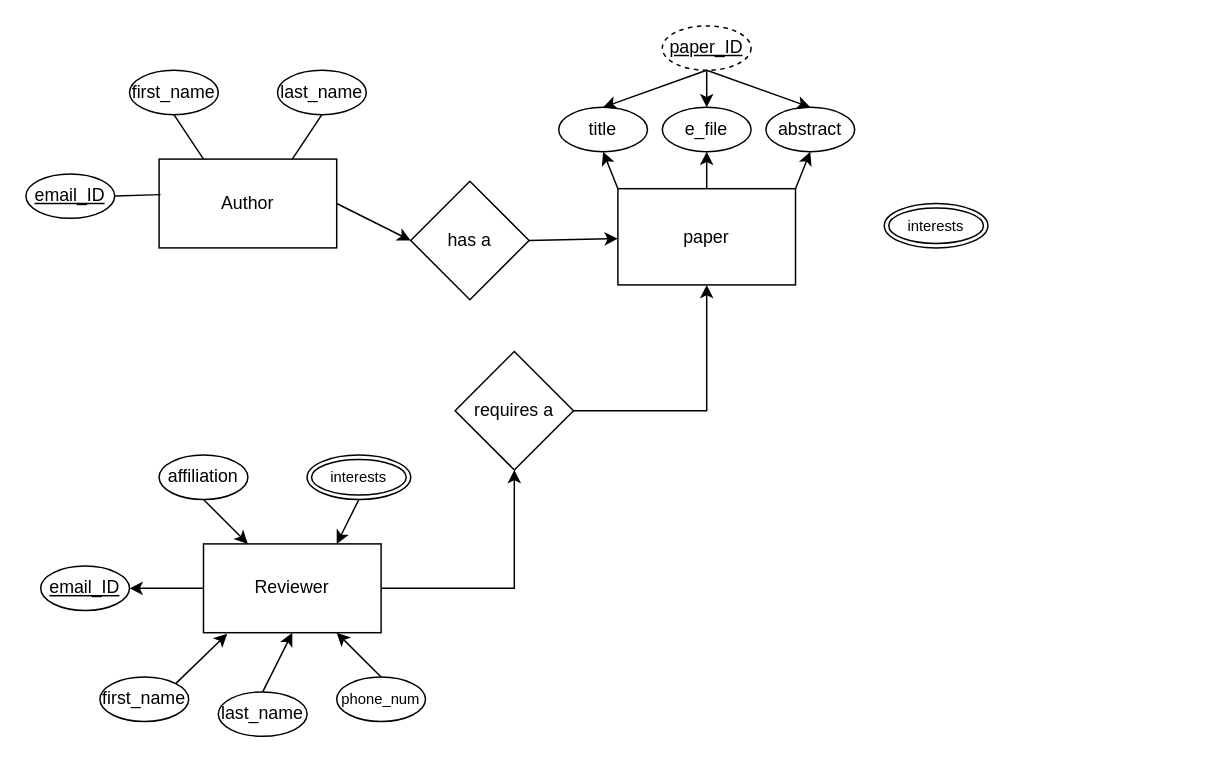
Above: Untitled Diagram.drawio in Jkouj/CSC_436 (draw.io), before the change. Source tidied: cells renumbered, new cells numbered last; positions are measured from the earlier drawing's top-left corner, leaving out a move shared by most shapes. Both pictures are drawn from the tidied source at 148%, with x=0, y=0 at pixel (25, 25).
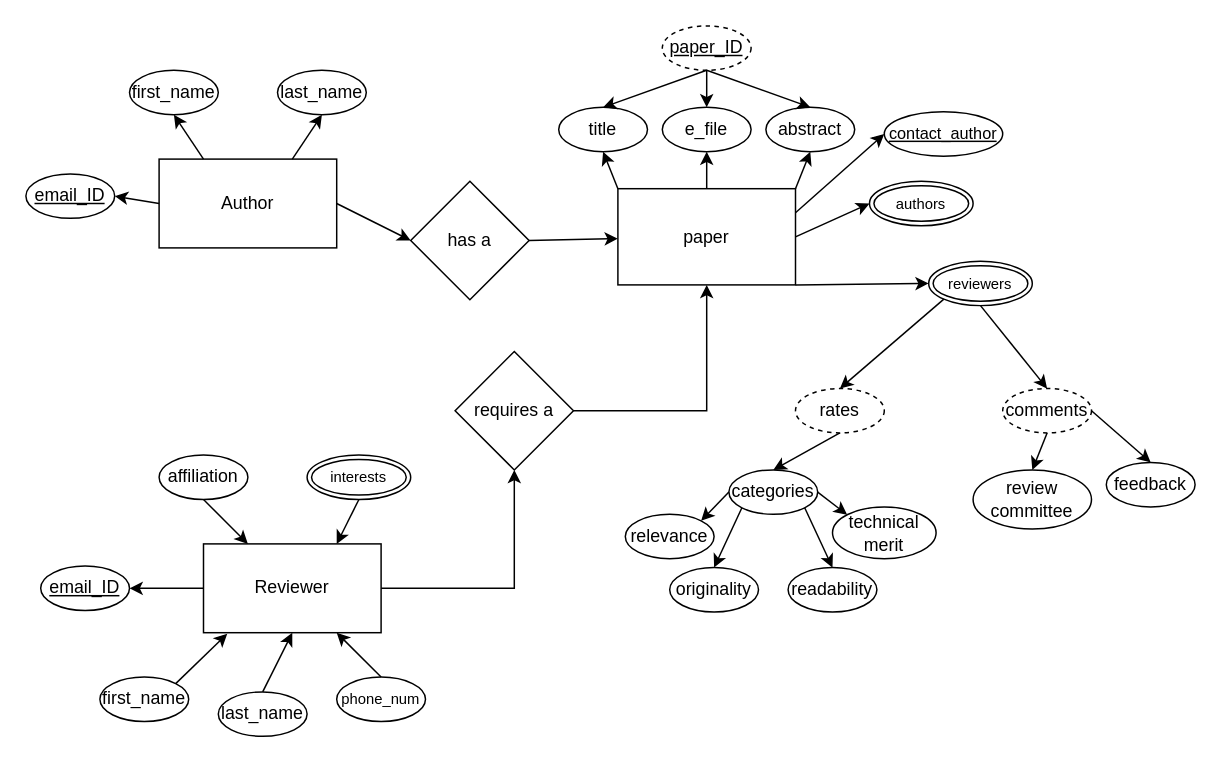
Above is the later version.

Unchanged cells that the change refers to:
```xml
<mxCell id="2" value="Author" style="rounded=0;whiteSpace=wrap;html=1;" parent="1" vertex="1">
  <mxGeometry x="90" y="90" width="120" height="60" as="geometry" />
</mxCell>
<mxCell id="4" value="&lt;u&gt;email_ID&lt;/u&gt;" style="ellipse;whiteSpace=wrap;html=1;" parent="1" vertex="1">
  <mxGeometry y="100" width="60" height="30" as="geometry" />
</mxCell>
<mxCell id="5" value="first_name" style="ellipse;whiteSpace=wrap;html=1;" parent="1" vertex="1">
  <mxGeometry x="70" y="30" width="60" height="30" as="geometry" />
</mxCell>
<mxCell id="6" value="last_name" style="ellipse;whiteSpace=wrap;html=1;" parent="1" vertex="1">
  <mxGeometry x="170" y="30" width="60" height="30" as="geometry" />
</mxCell>
<mxCell id="11" value="paper" style="rounded=0;whiteSpace=wrap;html=1;" parent="1" vertex="1">
  <mxGeometry x="400" y="110" width="120" height="65" as="geometry" />
</mxCell>
```

What changed in the source:
```diff
@@
-    <mxCell id="7" style="endArrow=none;html=1;rounded=0;entryX=0.5;entryY=1;entryDx=0;entryDy=0;exitX=0.75;exitY=0;exitDx=0;exitDy=0;" parent="1" edge="1" source="2" target="6">
-      <mxGeometry relative="1" as="geometry" />
-    </mxCell>
-    <mxCell id="8" style="endArrow=none;html=1;rounded=0;entryX=0.5;entryY=1;entryDx=0;entryDy=0;exitX=0.25;exitY=0;exitDx=0;exitDy=0;" parent="1" edge="1" source="2" target="5">
-      <mxGeometry relative="1" as="geometry" />
-    </mxCell>
@@
-    <mxCell id="12" style="endArrow=none;html=1;rounded=0;entryX=1;entryY=0.5;entryDx=0;entryDy=0;exitX=0.008;exitY=0.4;exitDx=0;exitDy=0;exitPerimeter=0;" parent="1" edge="1" source="2" target="4">
-      <mxGeometry relative="1" as="geometry" />
-    </mxCell>
@@
-    <mxCell id="39" value="interests" style="ellipse;shape=doubleEllipse;margin=3;whiteSpace=wrap;html=1;align=center;fontSize=10;" parent="1" vertex="1">
-      <mxGeometry x="580" y="120" width="70" height="30" as="geometry" />
+    <mxCell id="39" value="reviewers" style="ellipse;shape=doubleEllipse;margin=3;whiteSpace=wrap;html=1;align=center;fontSize=10;" parent="1" vertex="1">
+      <mxGeometry x="610" y="159" width="70" height="30" as="geometry" />
     </mxCell>
+    <mxCell id="40" value="authors" style="ellipse;shape=doubleEllipse;margin=3;whiteSpace=wrap;html=1;align=center;fontSize=10;" parent="1" vertex="1">
+      <mxGeometry x="570" y="105" width="70" height="30" as="geometry" />
+    </mxCell>
+    <mxCell id="41" value="&lt;u&gt;&lt;font style=&quot;font-size: 11px;&quot;&gt;contact_author&lt;/font&gt;&lt;/u&gt;" style="ellipse;whiteSpace=wrap;html=1;" parent="1" vertex="1">
+      <mxGeometry x="580" y="58" width="80" height="30" as="geometry" />
+    </mxCell>
+    <mxCell id="42" style="edgeStyle=none;jettySize=auto;html=1;rounded=0;fontSize=11;exitX=1;exitY=0.25;exitDx=0;exitDy=0;entryX=0;entryY=0.5;entryDx=0;entryDy=0;" parent="1" edge="1" source="11" target="41">
+      <mxGeometry relative="1" as="geometry" />
+    </mxCell>
+    <mxCell id="43" style="edgeStyle=none;jettySize=auto;html=1;rounded=0;fontSize=11;exitX=1;exitY=0.5;exitDx=0;exitDy=0;entryX=0;entryY=0.5;entryDx=0;entryDy=0;" parent="1" edge="1" source="11" target="40">
+      <mxGeometry relative="1" as="geometry" />
+    </mxCell>
+    <mxCell id="44" style="edgeStyle=none;jettySize=auto;html=1;rounded=0;fontSize=11;exitX=1;exitY=1;exitDx=0;exitDy=0;entryX=0;entryY=0.5;entryDx=0;entryDy=0;" parent="1" edge="1" source="11" target="39">
+      <mxGeometry relative="1" as="geometry" />
+    </mxCell>
+    <mxCell id="45" style="edgeStyle=none;jettySize=auto;html=1;rounded=0;fontSize=11;exitX=0;exitY=1;exitDx=0;exitDy=0;entryX=0.5;entryY=0;entryDx=0;entryDy=0;" parent="1" edge="1" source="39" target="47">
+      <mxGeometry relative="1" as="geometry" />
+    </mxCell>
+    <mxCell id="46" style="edgeStyle=none;jettySize=auto;html=1;rounded=0;fontSize=11;entryX=0.5;entryY=0;entryDx=0;entryDy=0;exitX=0.5;exitY=1;exitDx=0;exitDy=0;" parent="1" edge="1" source="47" target="48">
+      <mxGeometry relative="1" as="geometry" />
+    </mxCell>
+    <mxCell id="47" value="rates" style="ellipse;whiteSpace=wrap;html=1;dashed=1;" parent="1" vertex="1">
+      <mxGeometry x="520" y="245" width="60" height="30" as="geometry" />
+    </mxCell>
+    <mxCell id="48" value="categories" style="ellipse;whiteSpace=wrap;html=1;" parent="1" vertex="1">
+      <mxGeometry x="475" y="300" width="60" height="30" as="geometry" />
+    </mxCell>
+    <mxCell id="49" value="readability" style="ellipse;whiteSpace=wrap;html=1;" parent="1" vertex="1">
+      <mxGeometry x="515" y="366" width="60" height="30" as="geometry" />
+    </mxCell>
+    <mxCell id="50" value="originality" style="ellipse;whiteSpace=wrap;html=1;" parent="1" vertex="1">
+      <mxGeometry x="435" y="366" width="60" height="30" as="geometry" />
+    </mxCell>
+    <mxCell id="51" value="relevance" style="ellipse;whiteSpace=wrap;html=1;" parent="1" vertex="1">
+      <mxGeometry x="405" y="330" width="60" height="30" as="geometry" />
+    </mxCell>
+    <mxCell id="52" value="technical merit" style="ellipse;whiteSpace=wrap;html=1;" parent="1" vertex="1">
+      <mxGeometry x="545" y="325" width="70" height="35" as="geometry" />
+    </mxCell>
+    <mxCell id="53" style="edgeStyle=none;jettySize=auto;html=1;rounded=0;fontSize=11;exitX=0;exitY=0.5;exitDx=0;exitDy=0;entryX=1;entryY=0;entryDx=0;entryDy=0;" parent="1" edge="1" source="48" target="51">
+      <mxGeometry relative="1" as="geometry" />
+    </mxCell>
+    <mxCell id="54" style="edgeStyle=none;jettySize=auto;html=1;rounded=0;fontSize=11;exitX=1;exitY=1;exitDx=0;exitDy=0;entryX=0.5;entryY=0;entryDx=0;entryDy=0;" parent="1" edge="1" source="48" target="49">
+      <mxGeometry relative="1" as="geometry" />
+    </mxCell>
+    <mxCell id="55" style="edgeStyle=none;jettySize=auto;html=1;rounded=0;fontSize=11;exitX=0;exitY=1;exitDx=0;exitDy=0;entryX=0.5;entryY=0;entryDx=0;entryDy=0;" parent="1" edge="1" source="48" target="50">
+      <mxGeometry relative="1" as="geometry" />
+    </mxCell>
+    <mxCell id="56" style="edgeStyle=none;jettySize=auto;html=1;rounded=0;fontSize=11;exitX=1;exitY=0.5;exitDx=0;exitDy=0;entryX=0;entryY=0;entryDx=0;entryDy=0;" parent="1" edge="1" source="48" target="52">
+      <mxGeometry relative="1" as="geometry" />
+    </mxCell>
+    <mxCell id="12" style="edgeStyle=none;jettySize=auto;html=1;rounded=0;fontSize=11;exitX=0;exitY=0.5;exitDx=0;exitDy=0;entryX=1;entryY=0.5;entryDx=0;entryDy=0;" parent="1" edge="1" source="2" target="4">
+      <mxGeometry relative="1" as="geometry" />
+    </mxCell>
+    <mxCell id="8" style="edgeStyle=none;jettySize=auto;html=1;rounded=0;fontSize=11;exitX=0.25;exitY=0;exitDx=0;exitDy=0;entryX=0.5;entryY=1;entryDx=0;entryDy=0;" parent="1" edge="1" source="2" target="5">
+      <mxGeometry relative="1" as="geometry" />
+    </mxCell>
+    <mxCell id="7" style="edgeStyle=none;jettySize=auto;html=1;rounded=0;fontSize=11;exitX=0.75;exitY=0;exitDx=0;exitDy=0;entryX=0.5;entryY=1;entryDx=0;entryDy=0;" parent="1" edge="1" source="2" target="6">
+      <mxGeometry relative="1" as="geometry" />
+    </mxCell>
+    <mxCell id="57" value="comments" style="ellipse;whiteSpace=wrap;html=1;dashed=1;" parent="1" vertex="1">
+      <mxGeometry x="660" y="245" width="60" height="30" as="geometry" />
+    </mxCell>
+    <mxCell id="58" style="edgeStyle=none;jettySize=auto;html=1;rounded=0;fontSize=11;exitX=0.5;exitY=1;exitDx=0;exitDy=0;entryX=0.5;entryY=0;entryDx=0;entryDy=0;" parent="1" edge="1" source="39" target="57">
+      <mxGeometry relative="1" as="geometry" />
+    </mxCell>
+    <mxCell id="59" value="review committee" style="ellipse;whiteSpace=wrap;html=1;" parent="1" vertex="1">
+      <mxGeometry x="640" y="300" width="80" height="40" as="geometry" />
+    </mxCell>
+    <mxCell id="60" value="feedback" style="ellipse;whiteSpace=wrap;html=1;" parent="1" vertex="1">
+      <mxGeometry x="730" y="295" width="60" height="30" as="geometry" />
+    </mxCell>
+    <mxCell id="61" style="edgeStyle=none;jettySize=auto;html=1;rounded=0;fontSize=11;exitX=0.5;exitY=1;exitDx=0;exitDy=0;entryX=0.5;entryY=0;entryDx=0;entryDy=0;" parent="1" edge="1" source="57" target="59">
+      <mxGeometry relative="1" as="geometry" />
+    </mxCell>
+    <mxCell id="62" style="edgeStyle=none;jettySize=auto;html=1;rounded=0;fontSize=11;exitX=1;exitY=0.5;exitDx=0;exitDy=0;entryX=0.5;entryY=0;entryDx=0;entryDy=0;" parent="1" edge="1" source="57" target="60">
+      <mxGeometry relative="1" as="geometry" />
+    </mxCell>
```
